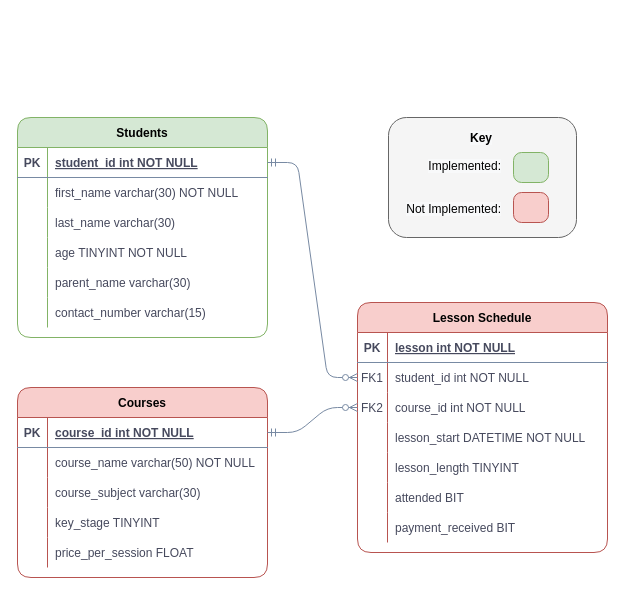
Above: scheduler-erd.drawio in mani-01/Tuition-Scheduler-Webpage (draw.io), before the change. Source tidied: cells renumbered, new cells numbered last; positions are measured from the earlier drawing's top-left corner, leaving out a move shared by most shapes. Both pictures are drawn from the tidied source at 100%, with x=0, y=0 at pixel (17, 117).
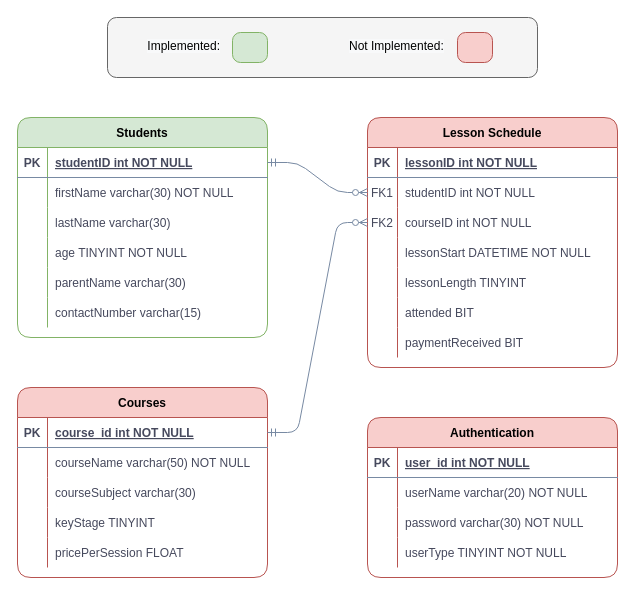
Above is the later version.

Commit message:
added authentication table

Unchanged cells that the change refers to:
```xml
<mxCell id="4" style="shape=partialRectangle;fillColor=none;top=0;left=0;right=0;bottom=1;strokeColor=#788AA3;fontColor=#46495D;rounded=1;strokeWidth=1;" parent="3" vertex="1">
  <mxGeometry y="30" width="250" height="30" as="geometry" />
</mxCell>
<mxCell id="7" style="shape=partialRectangle;fillColor=none;points=[[0,0.5],[1,0.5]];portConstraint=eastwest;top=0;left=0;right=0;bottom=0;strokeColor=#788AA3;fontColor=#46495D;rounded=1;strokeWidth=1;" parent="3" vertex="1">
  <mxGeometry y="60" width="250" height="30" as="geometry" />
</mxCell>
<mxCell id="10" style="shape=partialRectangle;fillColor=none;points=[[0,0.5],[1,0.5]];portConstraint=eastwest;top=0;left=0;right=0;bottom=0;strokeColor=#788AA3;fontColor=#46495D;rounded=1;strokeWidth=1;" parent="3" vertex="1">
  <mxGeometry y="90" width="250" height="30" as="geometry" />
</mxCell>
<mxCell id="13" style="shape=partialRectangle;fillColor=none;top=0;left=0;bottom=0;right=0;strokeColor=#788AA3;fontColor=#46495D;rounded=1;strokeWidth=1;" parent="3" vertex="1">
  <mxGeometry y="120" width="250" height="30" as="geometry" />
</mxCell>
<mxCell id="16" style="shape=partialRectangle;fillColor=none;top=0;left=0;bottom=0;right=0;strokeColor=#788AA3;fontColor=#46495D;rounded=1;strokeWidth=1;" parent="3" vertex="1">
  <mxGeometry y="150" width="250" height="30" as="geometry" />
</mxCell>
<mxCell id="22" style="shape=partialRectangle;fillColor=none;top=0;left=0;bottom=0;right=0;strokeColor=#788AA3;fontColor=#46495D;rounded=1;strokeWidth=1;" parent="3" vertex="1">
  <mxGeometry y="210" width="250" height="30" as="geometry" />
</mxCell>
<mxCell id="29" style="shape=partialRectangle;fillColor=none;top=0;left=0;right=0;bottom=0;strokeColor=#788AA3;fontColor=#46495D;rounded=1;strokeWidth=1;" parent="25" vertex="1">
  <mxGeometry y="60" width="250" height="30" as="geometry" />
</mxCell>
<mxCell id="32" style="shape=partialRectangle;fillColor=none;top=0;left=0;right=0;bottom=0;strokeColor=#788AA3;fontColor=#46495D;rounded=1;strokeWidth=1;" parent="25" vertex="1">
  <mxGeometry y="90" width="250" height="30" as="geometry" />
</mxCell>
<mxCell id="35" style="shape=partialRectangle;fillColor=none;top=0;left=0;bottom=0;right=0;strokeColor=#788AA3;fontColor=#46495D;rounded=1;strokeWidth=1;" parent="25" vertex="1">
  <mxGeometry y="120" width="250" height="30" as="geometry" />
</mxCell>
<mxCell id="38" style="shape=partialRectangle;fillColor=none;top=0;left=0;bottom=0;right=0;strokeColor=#788AA3;fontColor=#46495D;rounded=1;strokeWidth=1;" parent="25" vertex="1">
  <mxGeometry y="150" width="250" height="30" as="geometry" />
</mxCell>
<mxCell id="42" style="shape=partialRectangle;fillColor=none;points=[[0,0.5],[1,0.5]];portConstraint=eastwest;top=0;left=0;right=0;bottom=1;strokeColor=#788AA3;fontColor=#46495D;rounded=1;strokeWidth=1;" parent="41" vertex="1">
  <mxGeometry y="30" width="250" height="30" as="geometry" />
</mxCell>
<mxCell id="45" style="shape=partialRectangle;fillColor=none;top=0;left=0;right=0;bottom=0;strokeColor=#788AA3;fontColor=#46495D;rounded=1;strokeWidth=1;" parent="41" vertex="1">
  <mxGeometry y="60" width="250" height="30" as="geometry" />
</mxCell>
<mxCell id="48" style="shape=partialRectangle;fillColor=none;top=0;left=0;bottom=0;right=0;strokeColor=#788AA3;fontColor=#46495D;rounded=1;strokeWidth=1;" parent="41" vertex="1">
  <mxGeometry y="90" width="250" height="30" as="geometry" />
</mxCell>
<mxCell id="54" style="shape=partialRectangle;fillColor=none;top=0;left=0;bottom=0;right=0;rounded=1;strokeColor=#788AA3;fontColor=#46495D;strokeWidth=1;" parent="41" vertex="1">
  <mxGeometry y="150" width="250" height="30" as="geometry" />
</mxCell>
<mxCell id="57" style="shape=partialRectangle;fillColor=none;top=0;left=0;bottom=0;right=0;strokeColor=#788AA3;fontColor=#46495D;rounded=1;strokeWidth=1;" parent="41" vertex="1">
  <mxGeometry y="180" width="250" height="30" as="geometry" />
</mxCell>
```

What changed in the source:
```diff
@@
     <mxCell id="2" style="rounded=1;whiteSpace=wrap;html=1;align=right;labelBackgroundColor=none;fillColor=#f5f5f5;strokeColor=#666666;fontColor=#333333;" parent="1" vertex="1">
-      <mxGeometry x="371" width="188" height="120" as="geometry" />
+      <mxGeometry x="90" y="-100" width="430" height="60" as="geometry" />
     </mxCell>
     <mxCell id="3" value="Lesson Schedule" style="shape=table;startSize=30;childLayout=tableLayout;rowLines=0;fontStyle=1;align=center;fillColor=#f8cecc;strokeColor=#b85450;rounded=1;strokeWidth=1;" parent="1" vertex="1">
-      <mxGeometry x="340" y="185" width="250" height="250" as="geometry" />
+      <mxGeometry x="350" width="250" height="250" as="geometry" />
     </mxCell>
@@
-    <mxCell id="6" value="lesson int NOT NULL " style="shape=partialRectangle;overflow=hidden;fillColor=none;top=0;left=0;bottom=0;right=0;align=left;spacingLeft=6;fontStyle=5;strokeColor=#788AA3;fontColor=#46495D;rounded=1;strokeWidth=1;" parent="4" vertex="1">
+    <mxCell id="6" value="lessonID int NOT NULL " style="shape=partialRectangle;overflow=hidden;fillColor=none;top=0;left=0;bottom=0;right=0;align=left;spacingLeft=6;fontStyle=5;strokeColor=#788AA3;fontColor=#46495D;rounded=1;strokeWidth=1;" parent="4" vertex="1">
       <mxGeometry x="30" width="220" height="30" as="geometry" />
     </mxCell>
@@
-    <mxCell id="9" value="student_id int NOT NULL " style="shape=partialRectangle;overflow=hidden;fillColor=none;top=0;left=0;bottom=0;right=0;align=left;spacingLeft=6;strokeColor=#788AA3;fontColor=#46495D;rounded=1;strokeWidth=1;" parent="7" vertex="1">
+    <mxCell id="9" value="studentID int NOT NULL " style="shape=partialRectangle;overflow=hidden;fillColor=none;top=0;left=0;bottom=0;right=0;align=left;spacingLeft=6;strokeColor=#788AA3;fontColor=#46495D;rounded=1;strokeWidth=1;" parent="7" vertex="1">
       <mxGeometry x="30" width="220" height="30" as="geometry" />
     </mxCell>
@@
-    <mxCell id="12" value="course_id int NOT NULL " style="shape=partialRectangle;overflow=hidden;fillColor=none;top=0;left=0;bottom=0;right=0;align=left;spacingLeft=6;strokeColor=#788AA3;fontColor=#46495D;rounded=1;strokeWidth=1;" parent="10" vertex="1">
+    <mxCell id="12" value="courseID int NOT NULL " style="shape=partialRectangle;overflow=hidden;fillColor=none;top=0;left=0;bottom=0;right=0;align=left;spacingLeft=6;strokeColor=#788AA3;fontColor=#46495D;rounded=1;strokeWidth=1;" parent="10" vertex="1">
       <mxGeometry x="30" width="220" height="30" as="geometry" />
     </mxCell>
@@
-    <mxCell id="15" value="lesson_start DATETIME NOT NULL" style="shape=partialRectangle;fillColor=none;top=0;left=0;bottom=0;right=0;align=left;spacingLeft=6;overflow=hidden;strokeColor=#788AA3;fontColor=#46495D;rounded=1;strokeWidth=1;" parent="13" vertex="1">
+    <mxCell id="15" value="lessonStart DATETIME NOT NULL" style="shape=partialRectangle;fillColor=none;top=0;left=0;bottom=0;right=0;align=left;spacingLeft=6;overflow=hidden;strokeColor=#788AA3;fontColor=#46495D;rounded=1;strokeWidth=1;" parent="13" vertex="1">
       <mxGeometry x="30" width="220" height="30" as="geometry" />
     </mxCell>
@@
-    <mxCell id="18" value="lesson_length TINYINT" style="shape=partialRectangle;fillColor=none;top=0;left=0;bottom=0;right=0;align=left;spacingLeft=6;overflow=hidden;strokeColor=#788AA3;fontColor=#46495D;rounded=1;strokeWidth=1;" parent="16" vertex="1">
+    <mxCell id="18" value="lessonLength TINYINT" style="shape=partialRectangle;fillColor=none;top=0;left=0;bottom=0;right=0;align=left;spacingLeft=6;overflow=hidden;strokeColor=#788AA3;fontColor=#46495D;rounded=1;strokeWidth=1;" parent="16" vertex="1">
       <mxGeometry x="30" width="220" height="30" as="geometry" />
     </mxCell>
@@
-    <mxCell id="24" value="payment_received BIT" style="shape=partialRectangle;fillColor=none;top=0;left=0;bottom=0;right=0;align=left;spacingLeft=6;overflow=hidden;strokeColor=#788AA3;fontColor=#46495D;rounded=1;strokeWidth=1;" parent="22" vertex="1">
+    <mxCell id="24" value="paymentReceived BIT" style="shape=partialRectangle;fillColor=none;top=0;left=0;bottom=0;right=0;align=left;spacingLeft=6;overflow=hidden;strokeColor=#788AA3;fontColor=#46495D;rounded=1;strokeWidth=1;" parent="22" vertex="1">
       <mxGeometry x="30" width="220" height="30" as="geometry" />
     </mxCell>
@@
-    <mxCell id="31" value="course_name varchar(50) NOT NULL" style="shape=partialRectangle;overflow=hidden;fillColor=none;top=0;left=0;bottom=0;right=0;align=left;spacingLeft=6;strokeColor=#788AA3;fontColor=#46495D;rounded=1;strokeWidth=1;" parent="29" vertex="1">
+    <mxCell id="31" value="courseName varchar(50) NOT NULL" style="shape=partialRectangle;overflow=hidden;fillColor=none;top=0;left=0;bottom=0;right=0;align=left;spacingLeft=6;strokeColor=#788AA3;fontColor=#46495D;rounded=1;strokeWidth=1;" parent="29" vertex="1">
       <mxGeometry x="30" width="220" height="30" as="geometry" />
     </mxCell>
@@
-    <mxCell id="34" value="course_subject varchar(30)" style="shape=partialRectangle;overflow=hidden;fillColor=none;top=0;left=0;bottom=0;right=0;align=left;spacingLeft=6;strokeColor=#788AA3;fontColor=#46495D;rounded=1;strokeWidth=1;" parent="32" vertex="1">
+    <mxCell id="34" value="courseSubject varchar(30)" style="shape=partialRectangle;overflow=hidden;fillColor=none;top=0;left=0;bottom=0;right=0;align=left;spacingLeft=6;strokeColor=#788AA3;fontColor=#46495D;rounded=1;strokeWidth=1;" parent="32" vertex="1">
       <mxGeometry x="30" width="220" height="30" as="geometry" />
     </mxCell>
@@
-    <mxCell id="37" value="key_stage TINYINT" style="shape=partialRectangle;fillColor=none;top=0;left=0;bottom=0;right=0;align=left;spacingLeft=6;overflow=hidden;strokeColor=#788AA3;fontColor=#46495D;rounded=1;strokeWidth=1;" parent="35" vertex="1">
+    <mxCell id="37" value="keyStage TINYINT" style="shape=partialRectangle;fillColor=none;top=0;left=0;bottom=0;right=0;align=left;spacingLeft=6;overflow=hidden;strokeColor=#788AA3;fontColor=#46495D;rounded=1;strokeWidth=1;" parent="35" vertex="1">
       <mxGeometry x="30" width="220" height="30" as="geometry" />
     </mxCell>
@@
-    <mxCell id="40" value="price_per_session FLOAT" style="shape=partialRectangle;fillColor=none;top=0;left=0;bottom=0;right=0;align=left;spacingLeft=6;overflow=hidden;strokeColor=#788AA3;fontColor=#46495D;rounded=1;strokeWidth=1;" parent="38" vertex="1">
+    <mxCell id="40" value="pricePerSession FLOAT" style="shape=partialRectangle;fillColor=none;top=0;left=0;bottom=0;right=0;align=left;spacingLeft=6;overflow=hidden;strokeColor=#788AA3;fontColor=#46495D;rounded=1;strokeWidth=1;" parent="38" vertex="1">
       <mxGeometry x="30" width="220" height="30" as="geometry" />
     </mxCell>
@@
-    <mxCell id="44" value="student_id int NOT NULL " style="shape=partialRectangle;overflow=hidden;fillColor=none;top=0;left=0;bottom=0;right=0;align=left;spacingLeft=6;fontStyle=5;strokeColor=#788AA3;fontColor=#46495D;rounded=1;strokeWidth=1;" parent="42" vertex="1">
+    <mxCell id="44" value="studentID int NOT NULL " style="shape=partialRectangle;overflow=hidden;fillColor=none;top=0;left=0;bottom=0;right=0;align=left;spacingLeft=6;fontStyle=5;strokeColor=#788AA3;fontColor=#46495D;rounded=1;strokeWidth=1;" parent="42" vertex="1">
       <mxGeometry x="30" width="220" height="30" as="geometry" />
     </mxCell>
@@
-    <mxCell id="47" value="first_name varchar(30) NOT NULL" style="shape=partialRectangle;overflow=hidden;fillColor=none;top=0;left=0;bottom=0;right=0;align=left;spacingLeft=6;strokeColor=#788AA3;fontColor=#46495D;rounded=1;strokeWidth=1;" parent="45" vertex="1">
+    <mxCell id="47" value="firstName varchar(30) NOT NULL" style="shape=partialRectangle;overflow=hidden;fillColor=none;top=0;left=0;bottom=0;right=0;align=left;spacingLeft=6;strokeColor=#788AA3;fontColor=#46495D;rounded=1;strokeWidth=1;" parent="45" vertex="1">
       <mxGeometry x="30" width="220" height="30" as="geometry" />
     </mxCell>
@@
-    <mxCell id="50" value="last_name varchar(30)" style="shape=partialRectangle;fillColor=none;top=0;left=0;bottom=0;right=0;align=left;spacingLeft=6;overflow=hidden;strokeColor=#788AA3;fontColor=#46495D;rounded=1;strokeWidth=1;" parent="48" vertex="1">
+    <mxCell id="50" value="lastName varchar(30)" style="shape=partialRectangle;fillColor=none;top=0;left=0;bottom=0;right=0;align=left;spacingLeft=6;overflow=hidden;strokeColor=#788AA3;fontColor=#46495D;rounded=1;strokeWidth=1;" parent="48" vertex="1">
       <mxGeometry x="30" width="220" height="30" as="geometry" />
     </mxCell>
@@
-    <mxCell id="56" value="parent_name varchar(30)" style="shape=partialRectangle;fillColor=none;top=0;left=0;bottom=0;right=0;align=left;spacingLeft=6;overflow=hidden;strokeColor=#788AA3;fontColor=#46495D;strokeWidth=1;" parent="54" vertex="1">
+    <mxCell id="56" value="parentName varchar(30)" style="shape=partialRectangle;fillColor=none;top=0;left=0;bottom=0;right=0;align=left;spacingLeft=6;overflow=hidden;strokeColor=#788AA3;fontColor=#46495D;strokeWidth=1;" parent="54" vertex="1">
       <mxGeometry x="30" width="220" height="30" as="geometry" />
     </mxCell>
@@
-    <mxCell id="59" value="contact_number varchar(15)" style="shape=partialRectangle;fillColor=none;top=0;left=0;bottom=0;right=0;align=left;spacingLeft=6;overflow=hidden;strokeColor=#788AA3;fontColor=#46495D;rounded=1;strokeWidth=1;" parent="57" vertex="1">
+    <mxCell id="59" value="contactNumber varchar(15)" style="shape=partialRectangle;fillColor=none;top=0;left=0;bottom=0;right=0;align=left;spacingLeft=6;overflow=hidden;strokeColor=#788AA3;fontColor=#46495D;rounded=1;strokeWidth=1;" parent="57" vertex="1">
       <mxGeometry x="30" width="220" height="30" as="geometry" />
     </mxCell>
@@
     <mxCell id="62" style="rounded=1;whiteSpace=wrap;html=1;arcSize=27;fillColor=#d5e8d4;strokeColor=#82b366;" parent="1" vertex="1">
-      <mxGeometry x="496" y="35" width="35" height="30" as="geometry" />
+      <mxGeometry x="215" y="-85" width="35" height="30" as="geometry" />
     </mxCell>
     <mxCell id="63" style="rounded=1;whiteSpace=wrap;html=1;arcSize=27;fillColor=#f8cecc;strokeColor=#b85450;" parent="1" vertex="1">
-      <mxGeometry x="496" y="75" width="35" height="30" as="geometry" />
+      <mxGeometry x="440" y="-85" width="35" height="30" as="geometry" />
     </mxCell>
-    <mxCell id="64" value="&lt;span style=&quot;color: rgb(0 , 0 , 0) ; font-family: &amp;#34;helvetica&amp;#34; ; font-size: 12px ; font-style: normal ; font-weight: 700 ; letter-spacing: normal ; text-align: center ; text-indent: 0px ; text-transform: none ; word-spacing: 0px ; background-color: rgb(248 , 249 , 250) ; display: inline ; float: none&quot;&gt;Key&lt;br&gt;&lt;/span&gt;" style="text;whiteSpace=wrap;html=1;" parent="1" vertex="1">
-      <mxGeometry x="451" y="7" width="80" height="30" as="geometry" />
-    </mxCell>
-    <mxCell id="65" value="&lt;span style=&quot;color: rgb(0 , 0 , 0) ; font-family: &amp;#34;helvetica&amp;#34; ; font-size: 12px ; font-style: normal ; letter-spacing: normal ; text-indent: 0px ; text-transform: none ; word-spacing: 0px ; background-color: rgb(248 , 249 , 250) ; display: inline ; float: none&quot;&gt;&lt;span style=&quot;font-weight: normal&quot;&gt;Implemented:&lt;br&gt;&lt;br&gt;&lt;br&gt;Not Implemented:&lt;/span&gt;&lt;br&gt;&lt;/span&gt;" style="text;whiteSpace=wrap;html=1;fontStyle=1;align=right;" parent="1" vertex="1">
-      <mxGeometry x="376" y="35" width="110" height="30" as="geometry" />
+    <mxCell id="65" value="&lt;span style=&quot;color: rgb(0 , 0 , 0) ; font-family: &amp;#34;helvetica&amp;#34; ; font-size: 12px ; font-style: normal ; letter-spacing: normal ; text-indent: 0px ; text-transform: none ; word-spacing: 0px ; background-color: rgb(248 , 249 , 250) ; display: inline ; float: none&quot;&gt;&lt;span style=&quot;font-weight: normal&quot;&gt;Implemented:&lt;br&gt;&lt;br&gt;&lt;br&gt;&lt;/span&gt;&lt;br&gt;&lt;/span&gt;" style="text;whiteSpace=wrap;html=1;fontStyle=1;align=right;" parent="1" vertex="1">
+      <mxGeometry x="95" y="-85" width="110" height="30" as="geometry" />
     </mxCell>
+    <mxCell id="66" value="Authentication" style="shape=table;startSize=30;childLayout=tableLayout;rowLines=0;fontStyle=1;align=center;fillColor=#f8cecc;strokeColor=#b85450;rounded=1;strokeWidth=1;" parent="1" vertex="1">
+      <mxGeometry x="350" y="300" width="250" height="160" as="geometry" />
+    </mxCell>
+    <mxCell id="67" style="shape=partialRectangle;fillColor=none;top=0;left=0;right=0;bottom=1;strokeColor=#788AA3;fontColor=#46495D;rounded=1;strokeWidth=1;" parent="66" vertex="1">
+      <mxGeometry y="30" width="250" height="30" as="geometry" />
+    </mxCell>
+    <mxCell id="68" value="PK" style="shape=partialRectangle;overflow=hidden;fillColor=none;top=0;left=0;bottom=0;right=0;fontStyle=1;strokeColor=#788AA3;fontColor=#46495D;rounded=1;strokeWidth=1;" parent="67" vertex="1">
+      <mxGeometry width="30" height="30" as="geometry" />
+    </mxCell>
+    <mxCell id="69" value="user_id int NOT NULL" style="shape=partialRectangle;overflow=hidden;fillColor=none;top=0;left=0;bottom=0;right=0;align=left;spacingLeft=6;fontStyle=5;strokeColor=#788AA3;fontColor=#46495D;rounded=1;strokeWidth=1;" parent="67" vertex="1">
+      <mxGeometry x="30" width="220" height="30" as="geometry" />
+    </mxCell>
+    <mxCell id="70" style="shape=partialRectangle;fillColor=none;top=0;left=0;right=0;bottom=0;strokeColor=#788AA3;fontColor=#46495D;rounded=1;strokeWidth=1;" parent="66" vertex="1">
+      <mxGeometry y="60" width="250" height="30" as="geometry" />
+    </mxCell>
+    <mxCell id="71" style="shape=partialRectangle;overflow=hidden;fillColor=none;top=0;left=0;bottom=0;right=0;strokeColor=#788AA3;fontColor=#46495D;rounded=1;strokeWidth=1;" parent="70" vertex="1">
+      <mxGeometry width="30" height="30" as="geometry" />
+    </mxCell>
+    <mxCell id="72" value="userName varchar(20) NOT NULL" style="shape=partialRectangle;overflow=hidden;fillColor=none;top=0;left=0;bottom=0;right=0;align=left;spacingLeft=6;strokeColor=#788AA3;fontColor=#46495D;rounded=1;strokeWidth=1;" parent="70" vertex="1">
+      <mxGeometry x="30" width="220" height="30" as="geometry" />
+    </mxCell>
+    <mxCell id="73" style="shape=partialRectangle;fillColor=none;top=0;left=0;right=0;bottom=0;strokeColor=#788AA3;fontColor=#46495D;rounded=1;strokeWidth=1;" parent="66" vertex="1">
+      <mxGeometry y="90" width="250" height="30" as="geometry" />
+    </mxCell>
+    <mxCell id="74" style="shape=partialRectangle;overflow=hidden;fillColor=none;top=0;left=0;bottom=0;right=0;strokeColor=#788AA3;fontColor=#46495D;rounded=1;strokeWidth=1;" parent="73" vertex="1">
+      <mxGeometry width="30" height="30" as="geometry" />
+    </mxCell>
+    <mxCell id="75" value="password varchar(30) NOT NULL" style="shape=partialRectangle;overflow=hidden;fillColor=none;top=0;left=0;bottom=0;right=0;align=left;spacingLeft=6;strokeColor=#788AA3;fontColor=#46495D;rounded=1;strokeWidth=1;" parent="73" vertex="1">
+      <mxGeometry x="30" width="220" height="30" as="geometry" />
+    </mxCell>
+    <mxCell id="76" style="shape=partialRectangle;fillColor=none;top=0;left=0;bottom=0;right=0;strokeColor=#788AA3;fontColor=#46495D;rounded=1;strokeWidth=1;" parent="66" vertex="1">
+      <mxGeometry y="120" width="250" height="30" as="geometry" />
+    </mxCell>
+    <mxCell id="77" style="shape=partialRectangle;fillColor=none;top=0;left=0;bottom=0;right=0;overflow=hidden;strokeColor=#788AA3;fontColor=#46495D;rounded=1;strokeWidth=1;" parent="76" vertex="1">
+      <mxGeometry width="30" height="30" as="geometry" />
+    </mxCell>
+    <mxCell id="78" value="userType TINYINT NOT NULL" style="shape=partialRectangle;fillColor=none;top=0;left=0;bottom=0;right=0;align=left;spacingLeft=6;overflow=hidden;strokeColor=#788AA3;fontColor=#46495D;rounded=1;strokeWidth=1;" parent="76" vertex="1">
+      <mxGeometry x="30" width="220" height="30" as="geometry" />
+    </mxCell>
+    <mxCell id="79" value="&lt;span style=&quot;color: rgb(0, 0, 0); font-family: helvetica; font-size: 12px; font-style: normal; font-weight: 400; letter-spacing: normal; text-align: right; text-indent: 0px; text-transform: none; word-spacing: 0px; background-color: rgb(248, 249, 250); display: inline; float: none;&quot;&gt;Not Implemented:&lt;/span&gt;" style="text;whiteSpace=wrap;html=1;" parent="1" vertex="1">
+      <mxGeometry x="330" y="-85" width="120" height="30" as="geometry" />
+    </mxCell>
```
